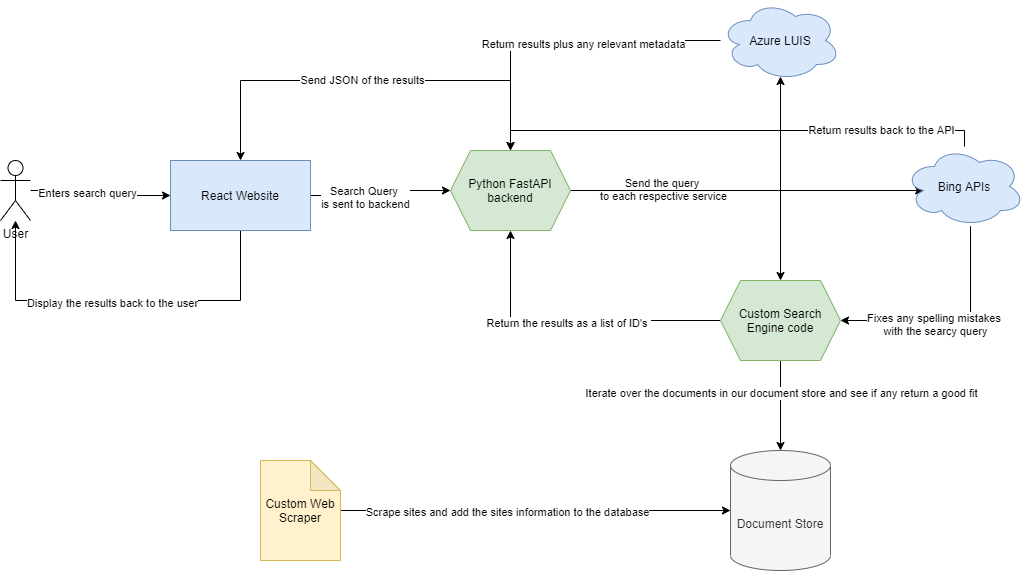
This is justiceBytes.png from Hevia/JusticeBytes, a draw.io export, as it was before one commit. Source tidied: cells renumbered, new cells last; positions are measured from the earlier drawing's top-left corner, leaving out a move shared by most shapes.
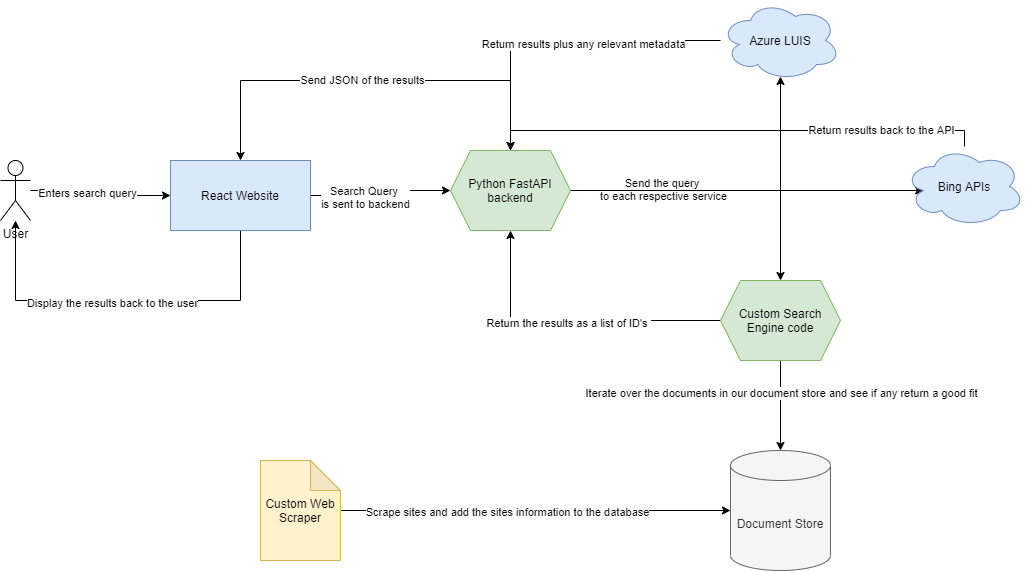
The same diagram one commit later.

Change to the diagram source:
```diff
@@ -99,18 +99,6 @@
     <mxCell id="28" value="User" style="shape=umlActor;verticalLabelPosition=bottom;verticalAlign=top;html=1;outlineConnect=0;" parent="1" vertex="1">
       <mxGeometry y="160" width="30" height="60" as="geometry" />
     </mxCell>
-    <mxCell id="29" style="edgeStyle=orthogonalEdgeStyle;rounded=0;jettySize=auto;html=1;entryX=1;entryY=0.5;entryDx=0;entryDy=0;" parent="1" edge="1" source="33" target="21">
-      <mxGeometry relative="1" as="geometry">
-        <Array as="points">
-          <mxPoint x="970" y="320" />
-        </Array>
-      </mxGeometry>
-    </mxCell>
-    <mxCell id="30" value="Fixes any spelling mistakes &lt;br&gt;with the searcy query" style="edgeLabel;html=1;align=center;verticalAlign=middle;" parent="29" vertex="1">
-      <mxGeometry x="-0.16" y="-36" relative="1" as="geometry">
-        <mxPoint x="-36" y="39" as="offset" />
-      </mxGeometry>
-    </mxCell>
     <mxCell id="31" style="edgeStyle=orthogonalEdgeStyle;rounded=0;jettySize=auto;html=1;entryX=0.5;entryY=0;entryDx=0;entryDy=0;" parent="1" edge="1" source="33" target="16">
       <mxGeometry relative="1" as="geometry">
         <Array as="points">
```
